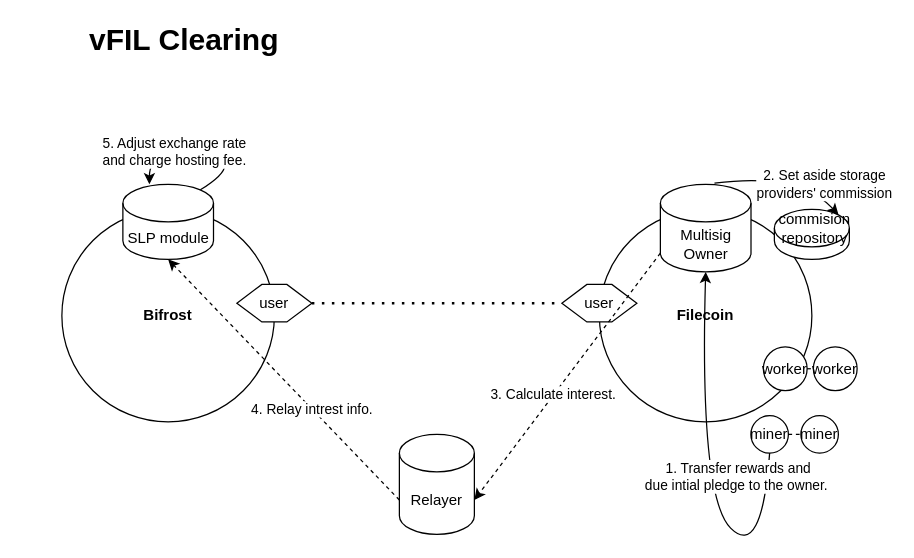
Above: vfil-clearing-multisig-v1.drawio in herryho/flowchars (draw.io), before the change. Source tidied: cells renumbered, new cells numbered last; positions are measured from the earlier drawing's top-left corner, leaving out a move shared by most shapes. Both pictures are drawn from the tidied source at 125%, with x=0, y=0 at pixel (21, 21).
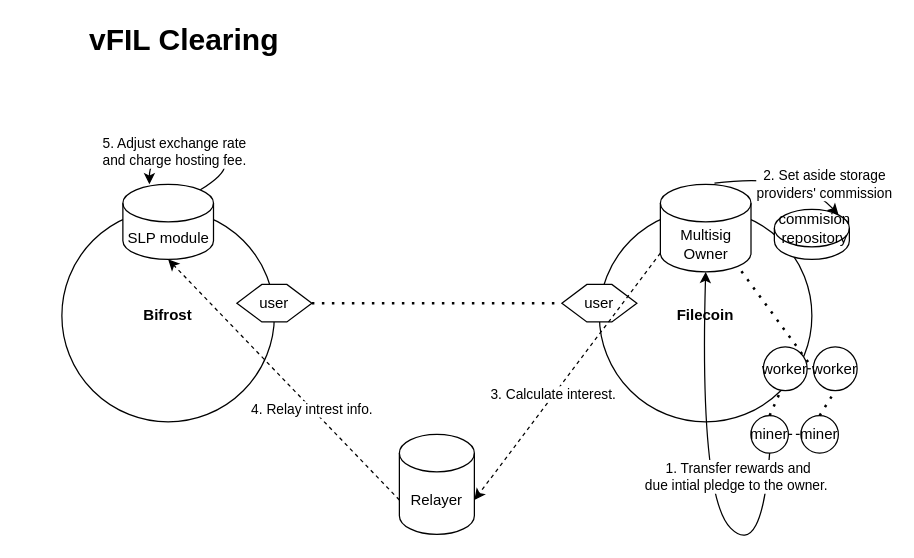
Above is the later version.

Unchanged cells that the change refers to:
```xml
<mxCell id="3" value="&lt;b&gt;Filecoin&lt;/b&gt;" style="ellipse;whiteSpace=wrap;html=1;" parent="1" vertex="1">
  <mxGeometry x="462" y="150" width="170" height="170" as="geometry" />
</mxCell>
<mxCell id="7" value="Multisig&lt;br&gt;Owner" style="shape=cylinder3;whiteSpace=wrap;html=1;boundedLbl=1;backgroundOutline=1;size=15;" parent="1" vertex="1">
  <mxGeometry x="510.8" y="130" width="72.5" height="70" as="geometry" />
</mxCell>
<mxCell id="11" value="miner" style="ellipse;whiteSpace=wrap;html=1;" parent="1" vertex="1">
  <mxGeometry x="583.2" y="315" width="30" height="30" as="geometry" />
</mxCell>
<mxCell id="12" value="miner" style="ellipse;whiteSpace=wrap;html=1;" parent="1" vertex="1">
  <mxGeometry x="623.2" y="315" width="30" height="30" as="geometry" />
</mxCell>
<mxCell id="19" value="worker" style="ellipse;whiteSpace=wrap;html=1;" parent="1" vertex="1">
  <mxGeometry x="633.2" y="260" width="35" height="35" as="geometry" />
</mxCell>
```

The edit, as a diff of the source:
```diff
@@
+    <mxCell id="29" style="endArrow=none;dashed=1;html=1;dashPattern=1 3;strokeWidth=2;rounded=0;exitX=0.5;exitY=0;exitDx=0;exitDy=0;entryX=1;entryY=1;entryDx=0;entryDy=0;" parent="1" edge="1" source="11" target="3">
+      <mxGeometry relative="1" as="geometry" />
+    </mxCell>
+    <mxCell id="30" style="endArrow=none;dashed=1;html=1;dashPattern=1 3;strokeWidth=2;rounded=0;entryX=0.5;entryY=1;entryDx=0;entryDy=0;exitX=0.5;exitY=0;exitDx=0;exitDy=0;" parent="1" edge="1" source="12" target="19">
+      <mxGeometry relative="1" as="geometry" />
+    </mxCell>
+    <mxCell id="31" style="endArrow=none;dashed=1;html=1;dashPattern=1 3;strokeWidth=2;rounded=0;entryX=0.855;entryY=1;entryDx=0;entryDy=-4.35;entryPerimeter=0;exitX=0.982;exitY=0.718;exitDx=0;exitDy=0;exitPerimeter=0;" parent="1" edge="1" source="3" target="7">
+      <mxGeometry relative="1" as="geometry" />
+    </mxCell>
```
